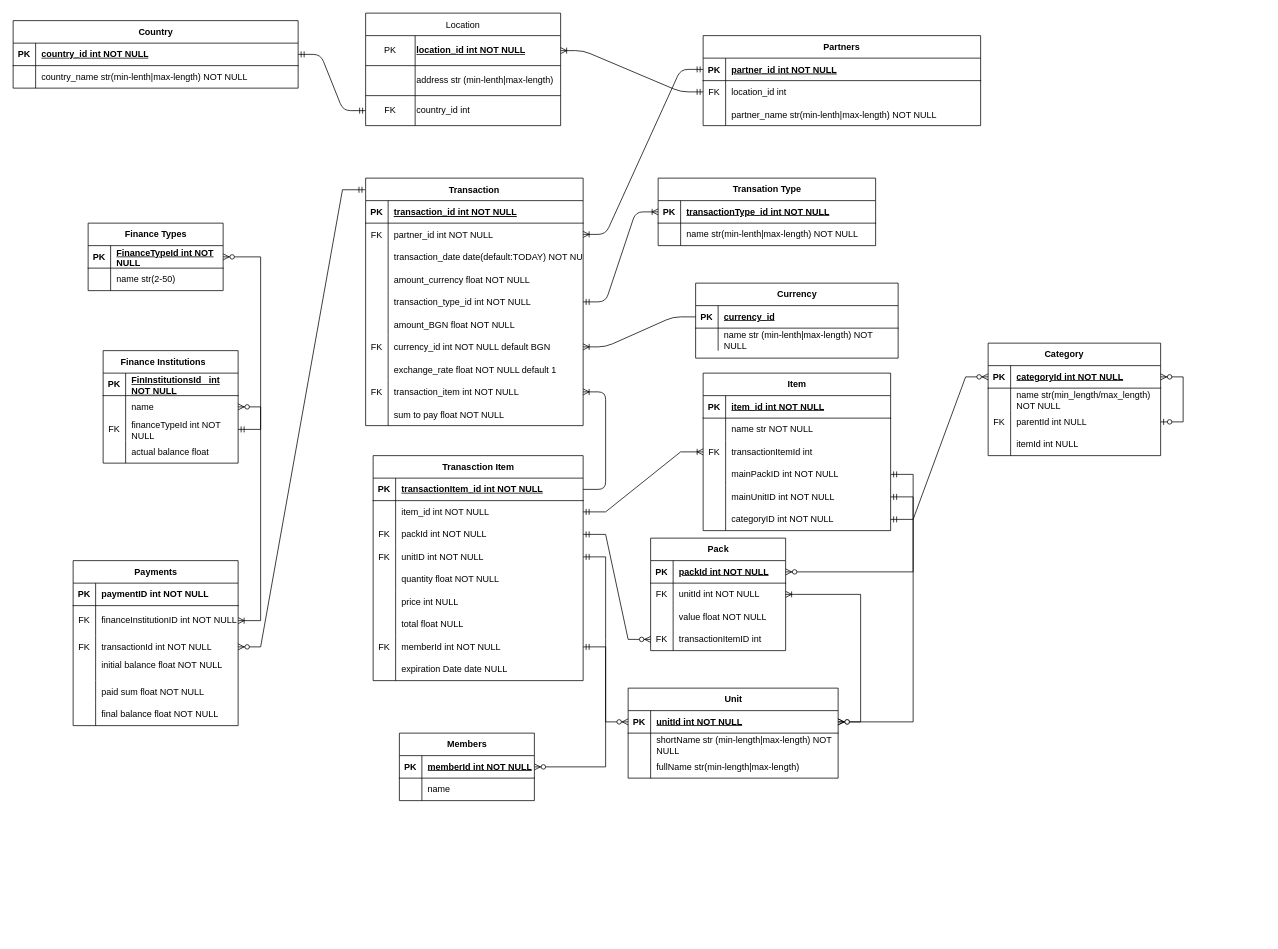
Dani7706/PB-Chart keeps this draw.io diagram as PB.drawio. Above is the earlier version. Source tidied: cells renumbered, new cells numbered last; positions are measured from the earlier drawing's top-left corner, leaving out a move shared by most shapes. Both pictures are drawn from the tidied source at 75%, with x=0, y=0 at pixel (13, 13).
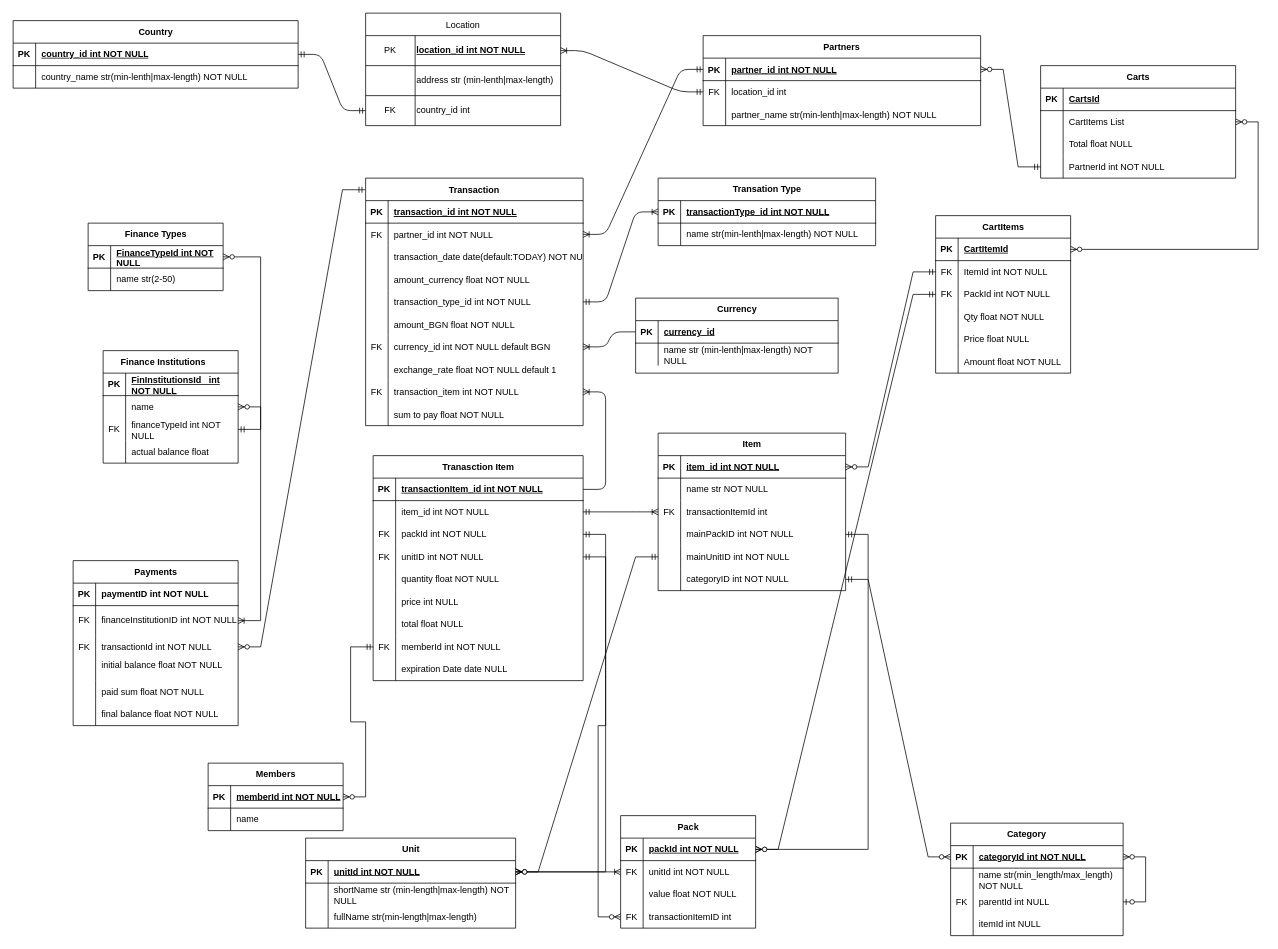
The same page after the edit.

Commit message:
Shopping carts added

Unchanged cells that the change refers to:
```xml
<mxCell id="34" style="shape=partialRectangle;fillColor=none;points=[[0,0.5],[1,0.5]];portConstraint=eastwest;top=0;left=0;right=0;bottom=1;" parent="33" vertex="1">
  <mxGeometry y="30" width="370" height="30" as="geometry" />
</mxCell>
<mxCell id="105" style="shape=tableRow;horizontal=0;startSize=0;swimlaneHead=0;swimlaneBody=0;fillColor=none;points=[[0,0.5],[1,0.5]];portConstraint=eastwest;top=0;left=0;right=0;bottom=1;" parent="104" vertex="1">
  <mxGeometry y="30" width="250" height="30" as="geometry" />
</mxCell>
<mxCell id="128" style="shape=tableRow;horizontal=0;startSize=0;swimlaneHead=0;swimlaneBody=0;fillColor=none;points=[[0,0.5],[1,0.5]];portConstraint=eastwest;top=0;left=0;right=0;bottom=1;" parent="127" vertex="1">
  <mxGeometry y="30" width="180" height="30" as="geometry" />
</mxCell>
```

Diff of the diagram source:
```diff
@@
     <mxCell id="68" value="Currency" style="shape=table;startSize=30;childLayout=tableLayout;rowLines=0;fontStyle=1;align=center;html=1;" parent="1" vertex="1">
-      <mxGeometry x="910" y="360" width="270" height="100" as="geometry" />
+      <mxGeometry x="830" y="380" width="270" height="100" as="geometry" />
     </mxCell>
@@
     <mxCell id="104" value="Item" style="shape=table;startSize=30;childLayout=tableLayout;rowLines=0;fontStyle=1;align=center;html=1;" parent="1" vertex="1">
-      <mxGeometry x="920" y="480" width="250" height="210" as="geometry" />
+      <mxGeometry x="860" y="560" width="250" height="210" as="geometry" />
     </mxCell>
@@
     <mxCell id="127" value="Pack" style="shape=table;startSize=30;childLayout=tableLayout;rowLines=0;fontStyle=1;align=center;html=1;" parent="1" vertex="1">
-      <mxGeometry x="850" y="700" width="180" height="150" as="geometry" />
+      <mxGeometry x="810" y="1070" width="180" height="150" as="geometry" />
     </mxCell>
@@
     <mxCell id="140" value="Unit" style="shape=table;startSize=30;childLayout=tableLayout;rowLines=0;fontStyle=1;align=center;html=1;" parent="1" vertex="1">
-      <mxGeometry x="820" y="900" width="280" height="120" as="geometry" />
+      <mxGeometry x="390" y="1100" width="280" height="120" as="geometry" />
     </mxCell>
@@
     <mxCell id="156" value="Category&lt;span style=&quot;white-space: pre;&quot;&gt;&#9;&lt;/span&gt;" style="shape=table;startSize=30;childLayout=tableLayout;rowLines=0;fontStyle=1;align=center;html=1;" parent="1" vertex="1">
-      <mxGeometry x="1300" y="440" width="230" height="150" as="geometry" />
+      <mxGeometry x="1250" y="1080" width="230" height="150" as="geometry" />
     </mxCell>
@@
     <mxCell id="171" value="Members" style="shape=table;startSize=30;childLayout=tableLayout;rowLines=0;fontStyle=1;align=center;html=1;" parent="1" vertex="1">
-      <mxGeometry x="515" y="960" width="180" height="90" as="geometry" />
+      <mxGeometry x="260" y="1000" width="180" height="90" as="geometry" />
     </mxCell>
@@
+    <mxCell id="221" value="Carts" style="shape=table;startSize=30;childLayout=tableLayout;rowLines=0;fontStyle=1;align=center;html=1;" parent="1" vertex="1">
+      <mxGeometry x="1370" y="70" width="260" height="150" as="geometry" />
+    </mxCell>
+    <mxCell id="222" style="shape=tableRow;horizontal=0;startSize=0;swimlaneHead=0;swimlaneBody=0;fillColor=none;top=0;left=0;right=0;bottom=1;" parent="221" vertex="1">
+      <mxGeometry y="30" width="260" height="30" as="geometry" />
+    </mxCell>
+    <mxCell id="223" value="PK" style="shape=partialRectangle;fillColor=none;top=0;left=0;bottom=0;right=0;fontStyle=1;overflow=hidden;whiteSpace=wrap;html=1;" parent="222" vertex="1">
+      <mxGeometry width="30" height="30" as="geometry" />
+    </mxCell>
+    <mxCell id="224" value="CartsId" style="shape=partialRectangle;fillColor=none;top=0;left=0;bottom=0;right=0;align=left;spacingLeft=6;fontStyle=5;overflow=hidden;whiteSpace=wrap;html=1;" parent="222" vertex="1">
+      <mxGeometry x="30" width="230" height="30" as="geometry" />
+    </mxCell>
+    <mxCell id="225" style="shape=tableRow;horizontal=0;startSize=0;swimlaneHead=0;swimlaneBody=0;fillColor=none;points=[[0,0.5],[1,0.5]];portConstraint=eastwest;top=0;left=0;right=0;bottom=0;" parent="221" vertex="1">
+      <mxGeometry y="60" width="260" height="30" as="geometry" />
+    </mxCell>
+    <mxCell id="226" style="shape=partialRectangle;fillColor=none;top=0;left=0;bottom=0;right=0;overflow=hidden;whiteSpace=wrap;html=1;" parent="225" vertex="1">
+      <mxGeometry width="30" height="30" as="geometry" />
+    </mxCell>
+    <mxCell id="227" value="CartItems List" style="shape=partialRectangle;fillColor=none;top=0;left=0;bottom=0;right=0;align=left;spacingLeft=6;overflow=hidden;whiteSpace=wrap;html=1;" parent="225" vertex="1">
+      <mxGeometry x="30" width="230" height="30" as="geometry" />
+    </mxCell>
+    <mxCell id="228" style="shape=tableRow;horizontal=0;startSize=0;swimlaneHead=0;swimlaneBody=0;fillColor=none;top=0;left=0;right=0;bottom=0;" parent="221" vertex="1">
+      <mxGeometry y="90" width="260" height="30" as="geometry" />
+    </mxCell>
+    <mxCell id="229" style="shape=partialRectangle;fillColor=none;top=0;left=0;bottom=0;right=0;overflow=hidden;whiteSpace=wrap;html=1;" parent="228" vertex="1">
+      <mxGeometry width="30" height="30" as="geometry" />
+    </mxCell>
+    <mxCell id="230" value="Total float NULL" style="shape=partialRectangle;fillColor=none;top=0;left=0;bottom=0;right=0;align=left;spacingLeft=6;overflow=hidden;whiteSpace=wrap;html=1;" parent="228" vertex="1">
+      <mxGeometry x="30" width="230" height="30" as="geometry" />
+    </mxCell>
+    <mxCell id="231" style="shape=tableRow;horizontal=0;startSize=0;swimlaneHead=0;swimlaneBody=0;fillColor=none;points=[[0,0.5],[1,0.5]];portConstraint=eastwest;top=0;left=0;right=0;bottom=0;" parent="221" vertex="1">
+      <mxGeometry y="120" width="260" height="30" as="geometry" />
+    </mxCell>
+    <mxCell id="232" style="shape=partialRectangle;fillColor=none;top=0;left=0;bottom=0;right=0;overflow=hidden;whiteSpace=wrap;html=1;" parent="231" vertex="1">
+      <mxGeometry width="30" height="30" as="geometry" />
+    </mxCell>
+    <mxCell id="233" value="PartnerId int NOT NULL" style="shape=partialRectangle;fillColor=none;top=0;left=0;bottom=0;right=0;align=left;spacingLeft=6;overflow=hidden;whiteSpace=wrap;html=1;" parent="231" vertex="1">
+      <mxGeometry x="30" width="230" height="30" as="geometry" />
+    </mxCell>
+    <mxCell id="234" style="edgeStyle=entityRelationEdgeStyle;fontSize=12;html=1;endArrow=ERzeroToMany;endFill=1;startArrow=ERzeroToMany;rounded=0;exitDx=0;exitDy=0;entryDx=0;entryDy=0;" parent="1" edge="1" source="236" target="225">
+      <mxGeometry relative="1" as="geometry" />
+    </mxCell>
+    <mxCell id="235" value="CartItems" style="shape=table;startSize=30;childLayout=tableLayout;rowLines=0;fontStyle=1;align=center;html=1;" parent="1" vertex="1">
+      <mxGeometry x="1230" y="270" width="180" height="210" as="geometry" />
+    </mxCell>
+    <mxCell id="236" style="shape=tableRow;horizontal=0;startSize=0;swimlaneHead=0;swimlaneBody=0;fillColor=none;points=[[0,0.5],[1,0.5]];portConstraint=eastwest;top=0;left=0;right=0;bottom=1;" parent="235" vertex="1">
+      <mxGeometry y="30" width="180" height="30" as="geometry" />
+    </mxCell>
+    <mxCell id="237" value="PK" style="shape=partialRectangle;fillColor=none;top=0;left=0;bottom=0;right=0;fontStyle=1;overflow=hidden;whiteSpace=wrap;html=1;" parent="236" vertex="1">
+      <mxGeometry width="30" height="30" as="geometry" />
+    </mxCell>
+    <mxCell id="238" value="CartItemId" style="shape=partialRectangle;fillColor=none;top=0;left=0;bottom=0;right=0;align=left;spacingLeft=6;fontStyle=5;overflow=hidden;whiteSpace=wrap;html=1;" parent="236" vertex="1">
+      <mxGeometry x="30" width="150" height="30" as="geometry" />
+    </mxCell>
+    <mxCell id="239" style="shape=tableRow;horizontal=0;startSize=0;swimlaneHead=0;swimlaneBody=0;fillColor=none;points=[[0,0.5],[1,0.5]];portConstraint=eastwest;top=0;left=0;right=0;bottom=0;" parent="235" vertex="1">
+      <mxGeometry y="60" width="180" height="30" as="geometry" />
+    </mxCell>
+    <mxCell id="240" value="FK" style="shape=partialRectangle;fillColor=none;top=0;left=0;bottom=0;right=0;overflow=hidden;whiteSpace=wrap;html=1;" parent="239" vertex="1">
+      <mxGeometry width="30" height="30" as="geometry" />
+    </mxCell>
+    <mxCell id="241" value="ItemId int NOT NULL" style="shape=partialRectangle;fillColor=none;top=0;left=0;bottom=0;right=0;align=left;spacingLeft=6;overflow=hidden;whiteSpace=wrap;html=1;" parent="239" vertex="1">
+      <mxGeometry x="30" width="150" height="30" as="geometry" />
+    </mxCell>
+    <mxCell id="242" style="shape=tableRow;horizontal=0;startSize=0;swimlaneHead=0;swimlaneBody=0;fillColor=none;points=[[0,0.5],[1,0.5]];portConstraint=eastwest;top=0;left=0;right=0;bottom=0;" parent="235" vertex="1">
+      <mxGeometry y="90" width="180" height="30" as="geometry" />
+    </mxCell>
+    <mxCell id="243" value="FK" style="shape=partialRectangle;fillColor=none;top=0;left=0;bottom=0;right=0;overflow=hidden;whiteSpace=wrap;html=1;" parent="242" vertex="1">
+      <mxGeometry width="30" height="30" as="geometry" />
+    </mxCell>
+    <mxCell id="244" value="PackId int NOT NULL" style="shape=partialRectangle;fillColor=none;top=0;left=0;bottom=0;right=0;align=left;spacingLeft=6;overflow=hidden;whiteSpace=wrap;html=1;" parent="242" vertex="1">
+      <mxGeometry x="30" width="150" height="30" as="geometry" />
+    </mxCell>
+    <mxCell id="245" style="shape=tableRow;horizontal=0;startSize=0;swimlaneHead=0;swimlaneBody=0;fillColor=none;top=0;left=0;right=0;bottom=0;" parent="235" vertex="1">
+      <mxGeometry y="120" width="180" height="30" as="geometry" />
+    </mxCell>
+    <mxCell id="246" style="shape=partialRectangle;fillColor=none;top=0;left=0;bottom=0;right=0;overflow=hidden;whiteSpace=wrap;html=1;" parent="245" vertex="1">
+      <mxGeometry width="30" height="30" as="geometry" />
+    </mxCell>
+    <mxCell id="247" value="Qty float NOT NULL" style="shape=partialRectangle;fillColor=none;top=0;left=0;bottom=0;right=0;align=left;spacingLeft=6;overflow=hidden;whiteSpace=wrap;html=1;" parent="245" vertex="1">
+      <mxGeometry x="30" width="150" height="30" as="geometry" />
+    </mxCell>
+    <mxCell id="248" style="shape=tableRow;horizontal=0;startSize=0;swimlaneHead=0;swimlaneBody=0;fillColor=none;top=0;left=0;right=0;bottom=0;" parent="235" vertex="1">
+      <mxGeometry y="150" width="180" height="30" as="geometry" />
+    </mxCell>
+    <mxCell id="249" style="shape=partialRectangle;fillColor=none;top=0;left=0;bottom=0;right=0;overflow=hidden;whiteSpace=wrap;html=1;" parent="248" vertex="1">
+      <mxGeometry width="30" height="30" as="geometry" />
+    </mxCell>
+    <mxCell id="250" value="Price float NULL" style="shape=partialRectangle;fillColor=none;top=0;left=0;bottom=0;right=0;align=left;spacingLeft=6;overflow=hidden;whiteSpace=wrap;html=1;" parent="248" vertex="1">
+      <mxGeometry x="30" width="150" height="30" as="geometry" />
+    </mxCell>
+    <mxCell id="251" style="shape=tableRow;horizontal=0;startSize=0;swimlaneHead=0;swimlaneBody=0;fillColor=none;top=0;left=0;right=0;bottom=0;" parent="235" vertex="1">
+      <mxGeometry y="180" width="180" height="30" as="geometry" />
+    </mxCell>
+    <mxCell id="252" style="shape=partialRectangle;fillColor=none;top=0;left=0;bottom=0;right=0;overflow=hidden;whiteSpace=wrap;html=1;" parent="251" vertex="1">
+      <mxGeometry width="30" height="30" as="geometry" />
+    </mxCell>
+    <mxCell id="253" value="Amount float NOT NULL" style="shape=partialRectangle;fillColor=none;top=0;left=0;bottom=0;right=0;align=left;spacingLeft=6;overflow=hidden;whiteSpace=wrap;html=1;" parent="251" vertex="1">
+      <mxGeometry x="30" width="150" height="30" as="geometry" />
+    </mxCell>
+    <mxCell id="254" style="edgeStyle=entityRelationEdgeStyle;fontSize=12;html=1;endArrow=ERzeroToMany;startArrow=ERmandOne;rounded=0;entryX=1;entryY=0.5;entryDx=0;entryDy=0;exitX=0;exitY=0.5;exitDx=0;exitDy=0;" parent="1" edge="1" source="239" target="105">
+      <mxGeometry relative="1" as="geometry" />
+    </mxCell>
+    <mxCell id="255" style="edgeStyle=entityRelationEdgeStyle;fontSize=12;html=1;endArrow=ERzeroToMany;startArrow=ERmandOne;rounded=0;entryDx=0;entryDy=0;exitDx=0;exitDy=0;" parent="1" edge="1" source="242" target="128">
+      <mxGeometry relative="1" as="geometry" />
+    </mxCell>
+    <mxCell id="256" style="edgeStyle=entityRelationEdgeStyle;fontSize=12;html=1;endArrow=ERzeroToMany;startArrow=ERmandOne;rounded=0;entryDx=0;entryDy=0;entryPerimeter=0;exitDx=0;exitDy=0;" parent="1" edge="1" source="231" target="34">
+      <mxGeometry relative="1" as="geometry" />
+    </mxCell>
```
